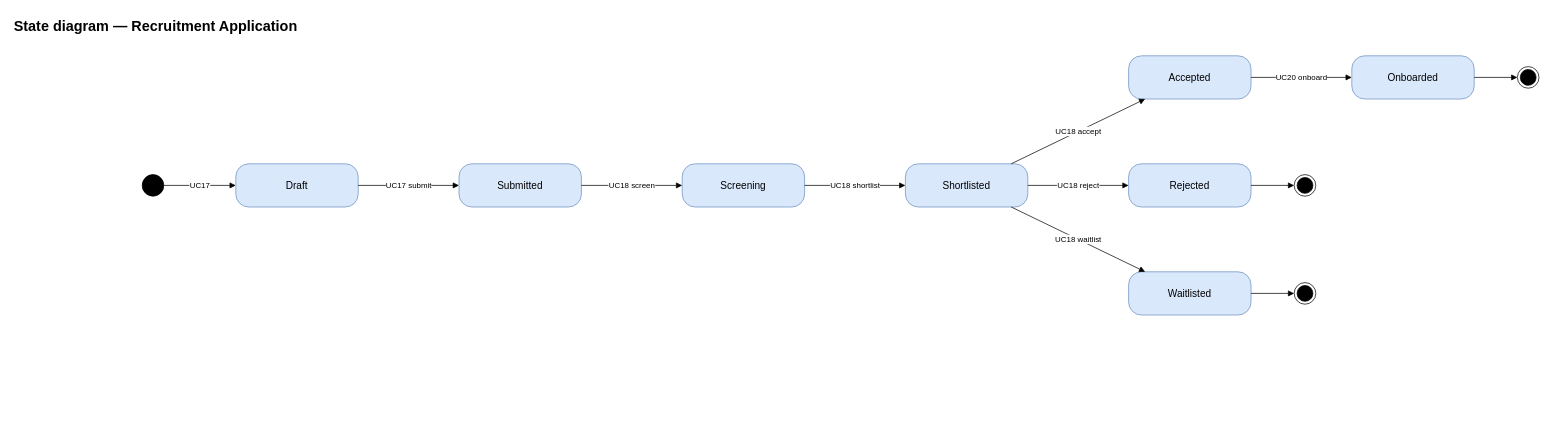
Earlier version of the draw.io diagram page "Recruitment Application" (5 of 8) of docs/diagrams/UCMS_State_Diagrams.drawio (nvdekay/ClubManagementSystem). Source tidied: cells renumbered, new cells numbered last; positions are measured from the earlier drawing's top-left corner, leaving out a move shared by most shapes. Both pictures are drawn from the tidied source at 72%, with x=0, y=0 at pixel (12, 12).
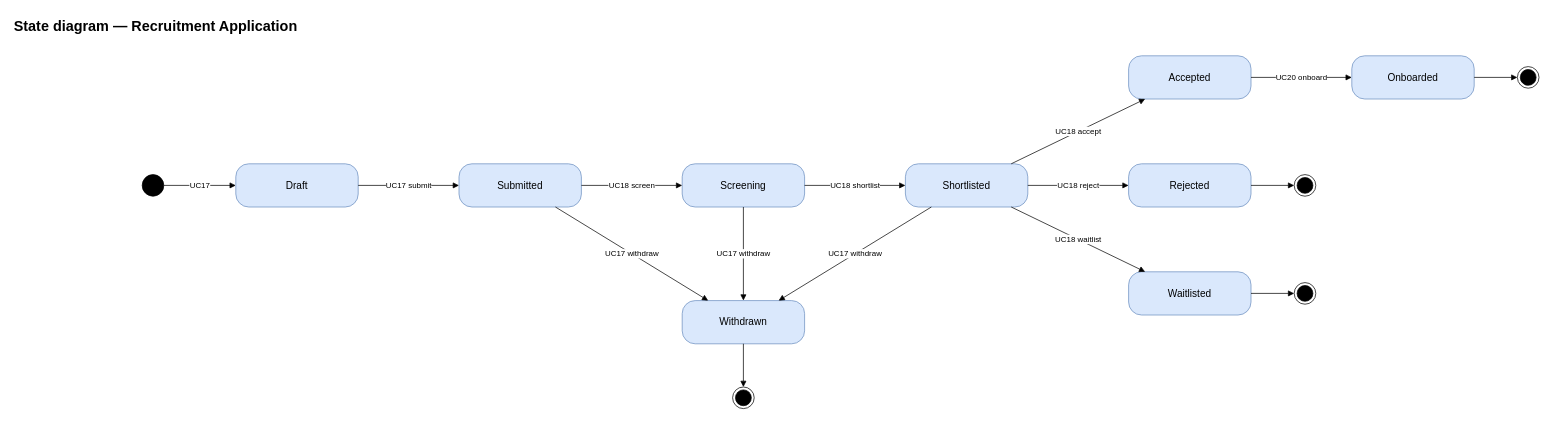
The same page after the edit.

Unchanged cells that the change refers to:
```xml
<mxCell id="4" value="Submitted" style="rounded=1;arcSize=30;whiteSpace=wrap;html=1;fillColor=#dae8fc;strokeColor=#6c8ebf;fontSize=14;" parent="1" vertex="1">
  <mxGeometry x="620" y="210" width="170" height="60" as="geometry" />
</mxCell>
<mxCell id="5" value="Screening" style="rounded=1;arcSize=30;whiteSpace=wrap;html=1;fillColor=#dae8fc;strokeColor=#6c8ebf;fontSize=14;" parent="1" vertex="1">
  <mxGeometry x="930" y="210" width="170" height="60" as="geometry" />
</mxCell>
<mxCell id="6" value="Shortlisted" style="rounded=1;arcSize=30;whiteSpace=wrap;html=1;fillColor=#dae8fc;strokeColor=#6c8ebf;fontSize=14;" parent="1" vertex="1">
  <mxGeometry x="1240" y="210" width="170" height="60" as="geometry" />
</mxCell>
```

Diff of the diagram source:
```diff
@@
+    <mxCell id="26" value="Withdrawn" style="rounded=1;arcSize=30;whiteSpace=wrap;html=1;fillColor=#dae8fc;strokeColor=#6c8ebf;fontSize=14;" parent="1" vertex="1">
+      <mxGeometry x="930" y="400" width="170" height="60" as="geometry" />
+    </mxCell>
+    <mxCell id="27" style="ellipse;html=1;shape=endState;fillColor=#000000;strokeColor=#000000;" parent="1" vertex="1">
+      <mxGeometry x="1000" y="520" width="30" height="30" as="geometry" />
+    </mxCell>
+    <mxCell id="28" value="UC17 withdraw" style="endArrow=block;endFill=1;html=1;rounded=0;fontSize=11;labelBackgroundColor=#ffffff;" parent="1" edge="1" source="4" target="26">
+      <mxGeometry relative="1" as="geometry" />
+    </mxCell>
+    <mxCell id="29" value="UC17 withdraw" style="endArrow=block;endFill=1;html=1;rounded=0;fontSize=11;labelBackgroundColor=#ffffff;" parent="1" edge="1" source="5" target="26">
+      <mxGeometry relative="1" as="geometry" />
+    </mxCell>
+    <mxCell id="30" value="UC17 withdraw" style="endArrow=block;endFill=1;html=1;rounded=0;fontSize=11;labelBackgroundColor=#ffffff;" parent="1" edge="1" source="6" target="26">
+      <mxGeometry relative="1" as="geometry" />
+    </mxCell>
+    <mxCell id="31" style="endArrow=block;endFill=1;html=1;rounded=0;fontSize=11;labelBackgroundColor=#ffffff;" parent="1" edge="1" source="26" target="27">
+      <mxGeometry relative="1" as="geometry" />
+    </mxCell>
```
